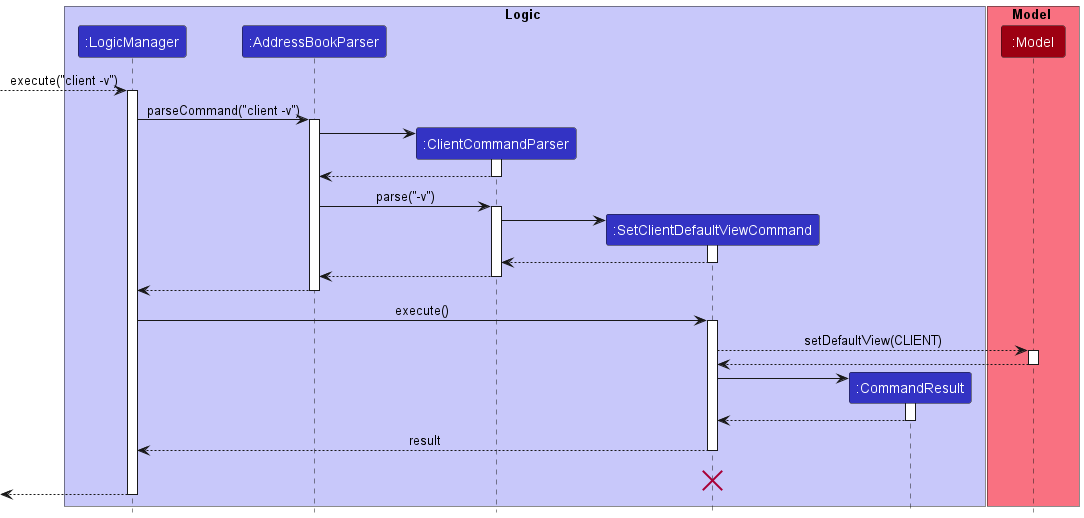
Above: docs/images/DefaultViewSequenceDiagram.png in nus-cs2103-AY2223S1/tp (PlantUML), before the change.
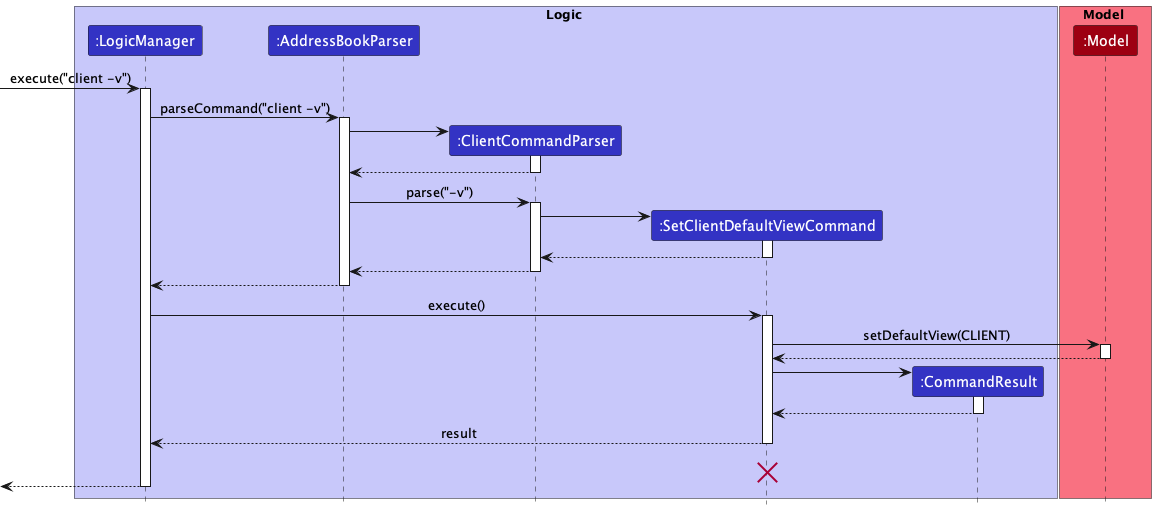
Above is the later version.

Diff of the diagram source:
```diff
@@ -13,7 +13,7 @@
 participant ":Model" as Model MODEL_COLOR
 end box
 
---> LogicManager : execute("client -v")
+-> LogicManager : execute("client -v")
 activate LogicManager
 
 LogicManager -> AddressBookParser : parseCommand("client -v")
@@ -43,7 +43,7 @@
 LogicManager -> SetClientDefaultViewCommand : execute()
 activate SetClientDefaultViewCommand
 
-SetClientDefaultViewCommand --> Model : setDefaultView(CLIENT)
+SetClientDefaultViewCommand -> Model : setDefaultView(CLIENT)
 activate Model
 
 Model --> SetClientDefaultViewCommand
```
